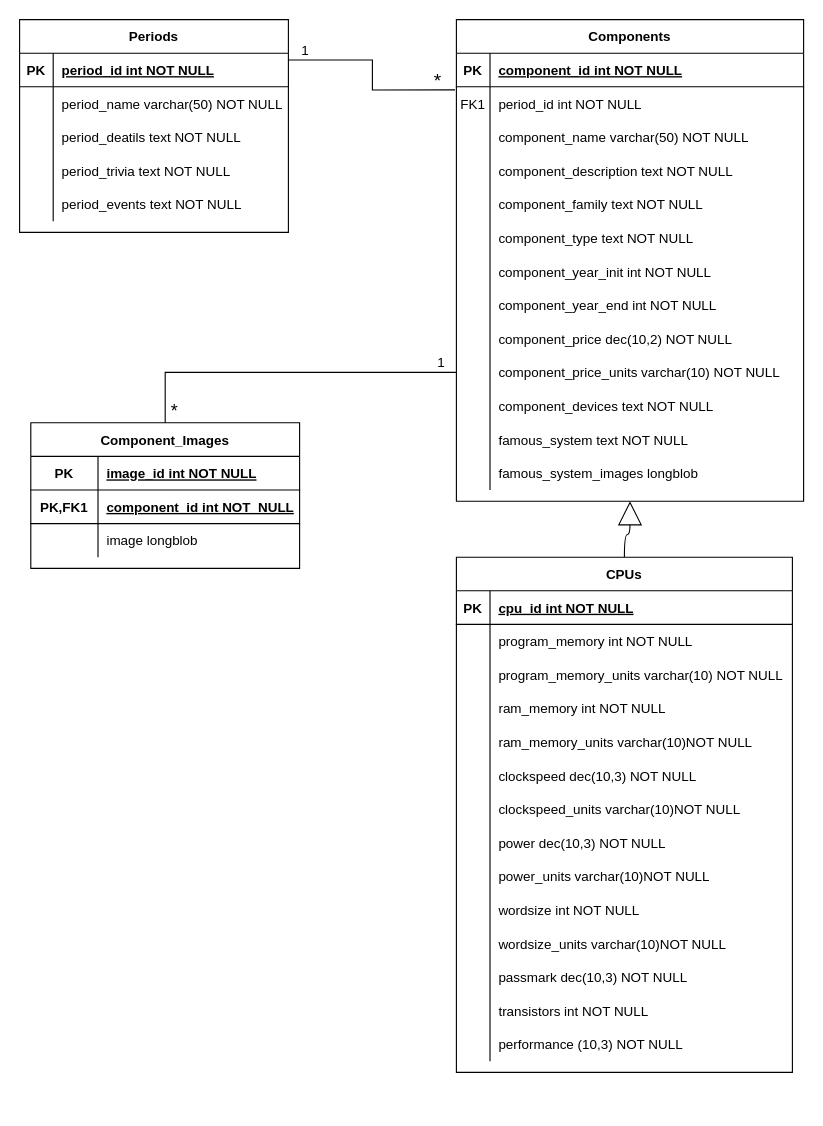
This is documentacion/figures/database_e-r.drawio from isafdezpe/museo-eii, a draw.io file, before an edit. Source tidied: cells renumbered, new cells numbered last; positions are measured from the earlier drawing's top-left corner, leaving out a move shared by most shapes. Both pictures are drawn from the tidied source at 112%, with x=0, y=0 at pixel (19, 19).
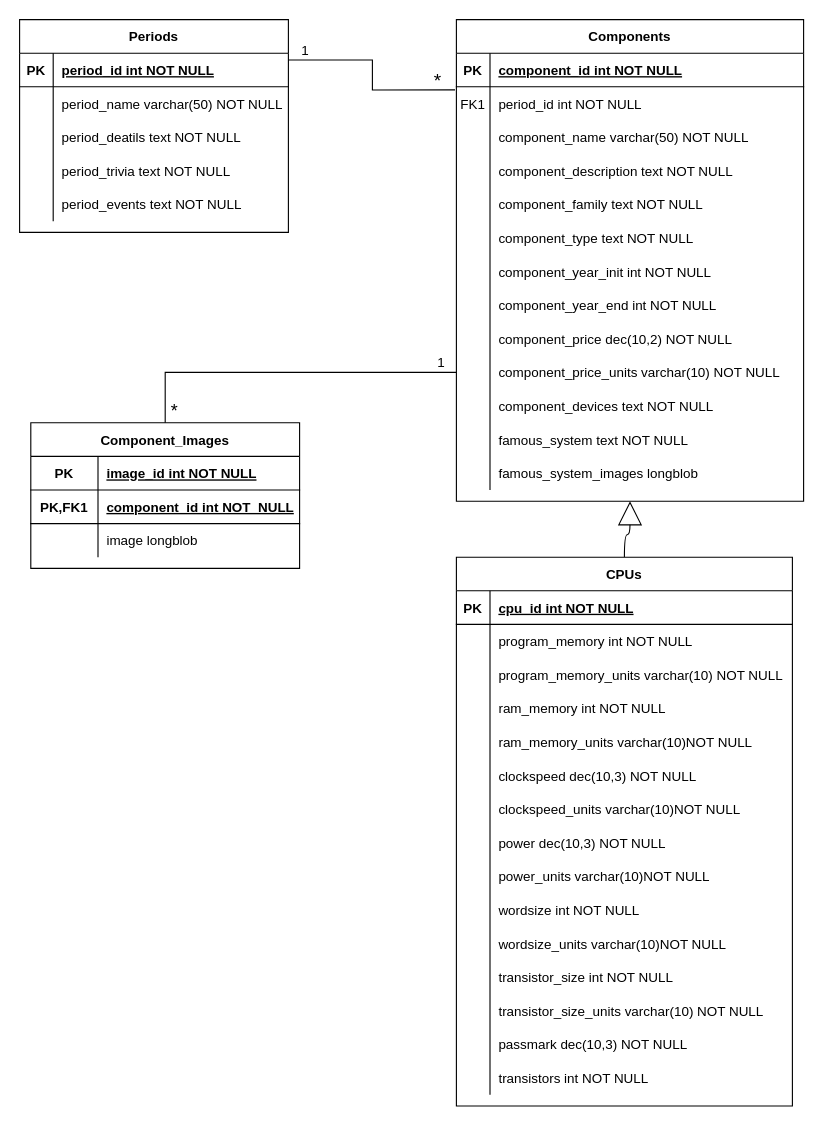
The same diagram, later.

The change refers to these unchanged cells:
```xml
<mxCell id="77" style="shape=partialRectangle;fillColor=none;top=0;left=0;right=0;bottom=0;" parent="43" vertex="1">
  <mxGeometry y="360" width="300" height="30" as="geometry" />
</mxCell>
<mxCell id="80" style="shape=partialRectangle;fillColor=none;top=0;left=0;right=0;bottom=0;" parent="43" vertex="1">
  <mxGeometry y="390" width="300" height="30" as="geometry" />
</mxCell>
<mxCell id="83" style="shape=partialRectangle;fillColor=none;top=0;left=0;right=0;bottom=0;" parent="43" vertex="1">
  <mxGeometry y="420" width="300" height="30" as="geometry" />
</mxCell>
```

Diff of the diagram source:
```diff
@@
     <mxCell id="43" value="CPUs" style="shape=table;startSize=30;childLayout=tableLayout;rowLines=0;fontStyle=1;align=center;" parent="1" vertex="1">
-      <mxGeometry x="390" y="480" width="300" height="460" as="geometry" />
+      <mxGeometry x="390" y="480" width="300" height="490" as="geometry" />
     </mxCell>
@@
-    <mxCell id="79" value="passmark dec(10,3) NOT NULL" style="shape=partialRectangle;overflow=hidden;fillColor=none;top=0;left=0;bottom=0;right=0;align=left;spacingLeft=6;" parent="77" vertex="1">
+    <mxCell id="79" value="transistor_size int NOT NULL" style="shape=partialRectangle;overflow=hidden;fillColor=none;top=0;left=0;bottom=0;right=0;align=left;spacingLeft=6;" parent="77" vertex="1">
       <mxGeometry x="30" width="270" height="30" as="geometry" />
     </mxCell>
@@
-    <mxCell id="82" value="transistors int NOT NULL" style="shape=partialRectangle;overflow=hidden;fillColor=none;top=0;left=0;bottom=0;right=0;align=left;spacingLeft=6;" parent="80" vertex="1">
+    <mxCell id="82" value="transistor_size_units varchar(10) NOT NULL" style="shape=partialRectangle;overflow=hidden;fillColor=none;top=0;left=0;bottom=0;right=0;align=left;spacingLeft=6;" parent="80" vertex="1">
       <mxGeometry x="30" width="270" height="30" as="geometry" />
     </mxCell>
@@
-    <mxCell id="84" style="shape=partialRectangle;overflow=hidden;fillColor=none;top=0;left=0;bottom=0;right=0;" parent="83" vertex="1">
-      <mxGeometry width="30" height="30" as="geometry" />
-    </mxCell>
-    <mxCell id="85" value="performance (10,3) NOT NULL" style="shape=partialRectangle;overflow=hidden;fillColor=none;top=0;left=0;bottom=0;right=0;align=left;spacingLeft=6;" parent="83" vertex="1">
-      <mxGeometry x="30" width="270" height="30" as="geometry" />
-    </mxCell>
+    <mxCell id="118" style="shape=partialRectangle;overflow=hidden;fillColor=none;top=0;left=0;bottom=0;right=0;" parent="83" vertex="1">
+      <mxGeometry width="30" height="30" as="geometry" />
+    </mxCell>
+    <mxCell id="119" value="passmark dec(10,3) NOT NULL" style="shape=partialRectangle;overflow=hidden;fillColor=none;top=0;left=0;bottom=0;right=0;align=left;spacingLeft=6;" parent="83" vertex="1">
+      <mxGeometry x="30" width="270" height="30" as="geometry" />
+    </mxCell>
+    <mxCell id="120" style="shape=partialRectangle;fillColor=none;top=0;left=0;right=0;bottom=0;" parent="43" vertex="1">
+      <mxGeometry y="450" width="300" height="30" as="geometry" />
+    </mxCell>
+    <mxCell id="121" style="shape=partialRectangle;overflow=hidden;fillColor=none;top=0;left=0;bottom=0;right=0;" parent="120" vertex="1">
+      <mxGeometry width="30" height="30" as="geometry" />
+    </mxCell>
+    <mxCell id="122" value="transistors int NOT NULL" style="shape=partialRectangle;overflow=hidden;fillColor=none;top=0;left=0;bottom=0;right=0;align=left;spacingLeft=6;" parent="120" vertex="1">
+      <mxGeometry x="30" width="270" height="30" as="geometry" />
+    </mxCell>
```
